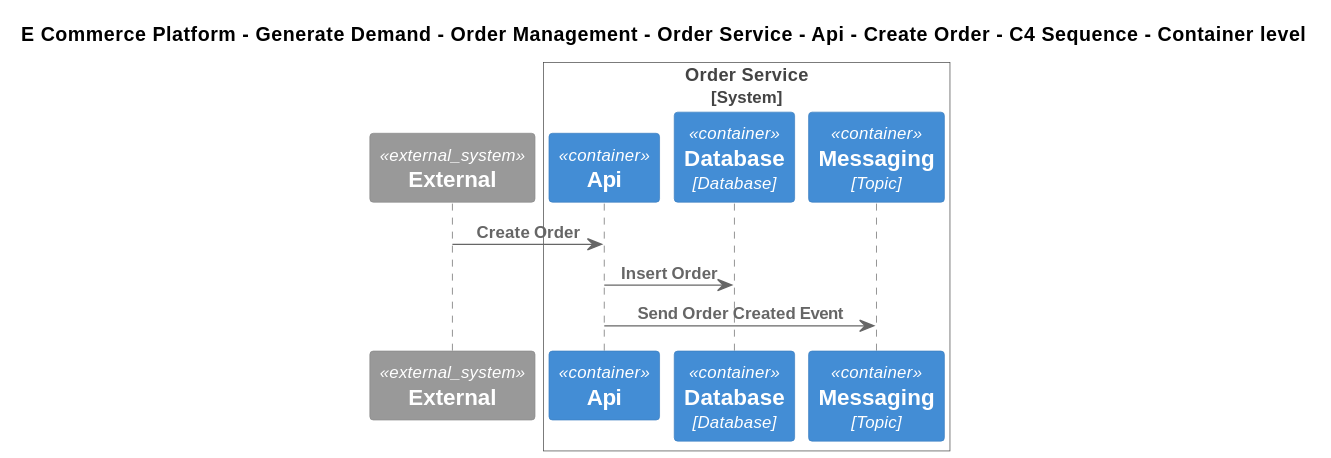
The PlantUML diagram Samples/E-Commerce Platform/Yaml/Diagrams/E Commerce Platform/Generate Demand/Order Management/Software Systems/Order Service/Containers/Api/Interfaces/Create Order/Container - C4 Sequence.svg in mnadenysenko/C4InterFlow, before a commit. Source of this version:
```plantuml
@startuml
!include ..\..\..\..\..\..\..\..\..\.c4s\C4_Sequence.puml
SHOW_FOOT_BOXES()

title E Commerce Platform - Generate Demand - Order Management - Order Service - Api - Create Order - C4 Sequence - Container level

System_Ext(C4InterFlow.SoftwareSystems.ExternalSystem, "External", "")

System_Boundary(ECommercePlatform.GenerateDemand.OrderManagement.SoftwareSystems.OrderService, "Order Service")
    Container(ECommercePlatform.GenerateDemand.OrderManagement.SoftwareSystems.OrderService.Containers.Api, "Api", "", "")
    ContainerDb(ECommercePlatform.GenerateDemand.OrderManagement.SoftwareSystems.OrderService.Containers.Database, "Database", "Database", "")
    ContainerQueue(ECommercePlatform.GenerateDemand.OrderManagement.SoftwareSystems.OrderService.Containers.Messaging, "Messaging", "Topic", "")
Boundary_End()

Rel(C4InterFlow.SoftwareSystems.ExternalSystem, ECommercePlatform.GenerateDemand.OrderManagement.SoftwareSystems.OrderService.Containers.Api, "Create Order")
Rel(ECommercePlatform.GenerateDemand.OrderManagement.SoftwareSystems.OrderService.Containers.Api, ECommercePlatform.GenerateDemand.OrderManagement.SoftwareSystems.OrderService.Containers.Database, "Insert Order")
Rel(ECommercePlatform.GenerateDemand.OrderManagement.SoftwareSystems.OrderService.Containers.Api, ECommercePlatform.GenerateDemand.OrderManagement.SoftwareSystems.OrderService.Containers.Messaging, "Send Order Created Event")
@enduml
```
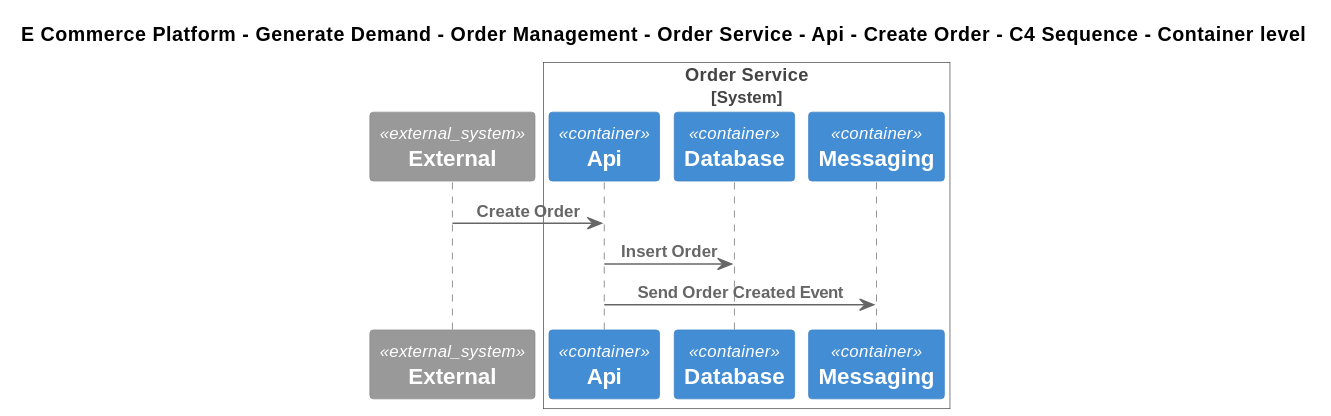
After the commit.

Diff of the diagram source:
```diff
@@ -8,8 +8,8 @@
 
 System_Boundary(ECommercePlatform.GenerateDemand.OrderManagement.SoftwareSystems.OrderService, "Order Service")
     Container(ECommercePlatform.GenerateDemand.OrderManagement.SoftwareSystems.OrderService.Containers.Api, "Api", "", "")
-    ContainerDb(ECommercePlatform.GenerateDemand.OrderManagement.SoftwareSystems.OrderService.Containers.Database, "Database", "Database", "")
-    ContainerQueue(ECommercePlatform.GenerateDemand.OrderManagement.SoftwareSystems.OrderService.Containers.Messaging, "Messaging", "Topic", "")
+    ContainerDb(ECommercePlatform.GenerateDemand.OrderManagement.SoftwareSystems.OrderService.Containers.Database, "Database", "", "")
+    ContainerQueue(ECommercePlatform.GenerateDemand.OrderManagement.SoftwareSystems.OrderService.Containers.Messaging, "Messaging", "", "")
 Boundary_End()
 
 Rel(C4InterFlow.SoftwareSystems.ExternalSystem, ECommercePlatform.GenerateDemand.OrderManagement.SoftwareSystems.OrderService.Containers.Api, "Create Order")
```
